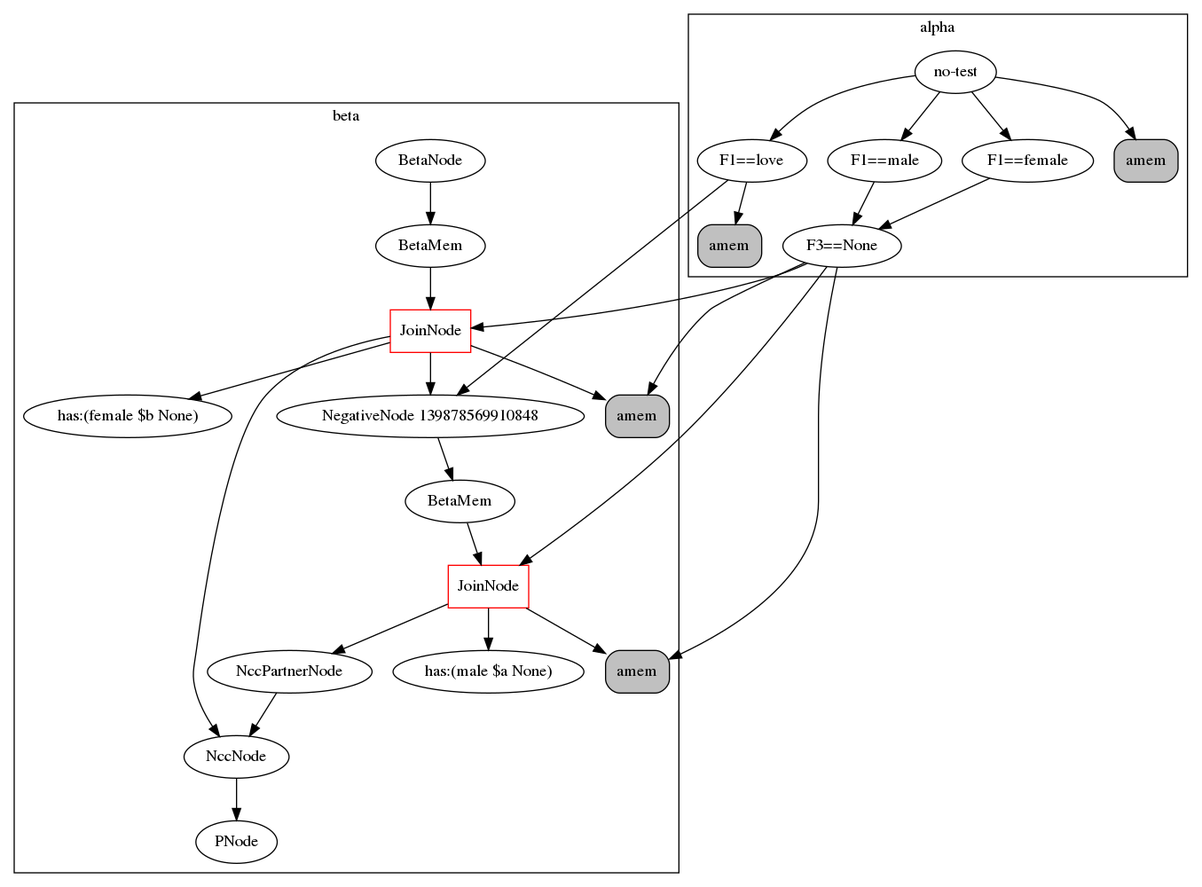
This is rete.png from Cybernetic1/GIRL, a Graphviz export, as it was before one commit. Its source is kept beside it as rete.dot.
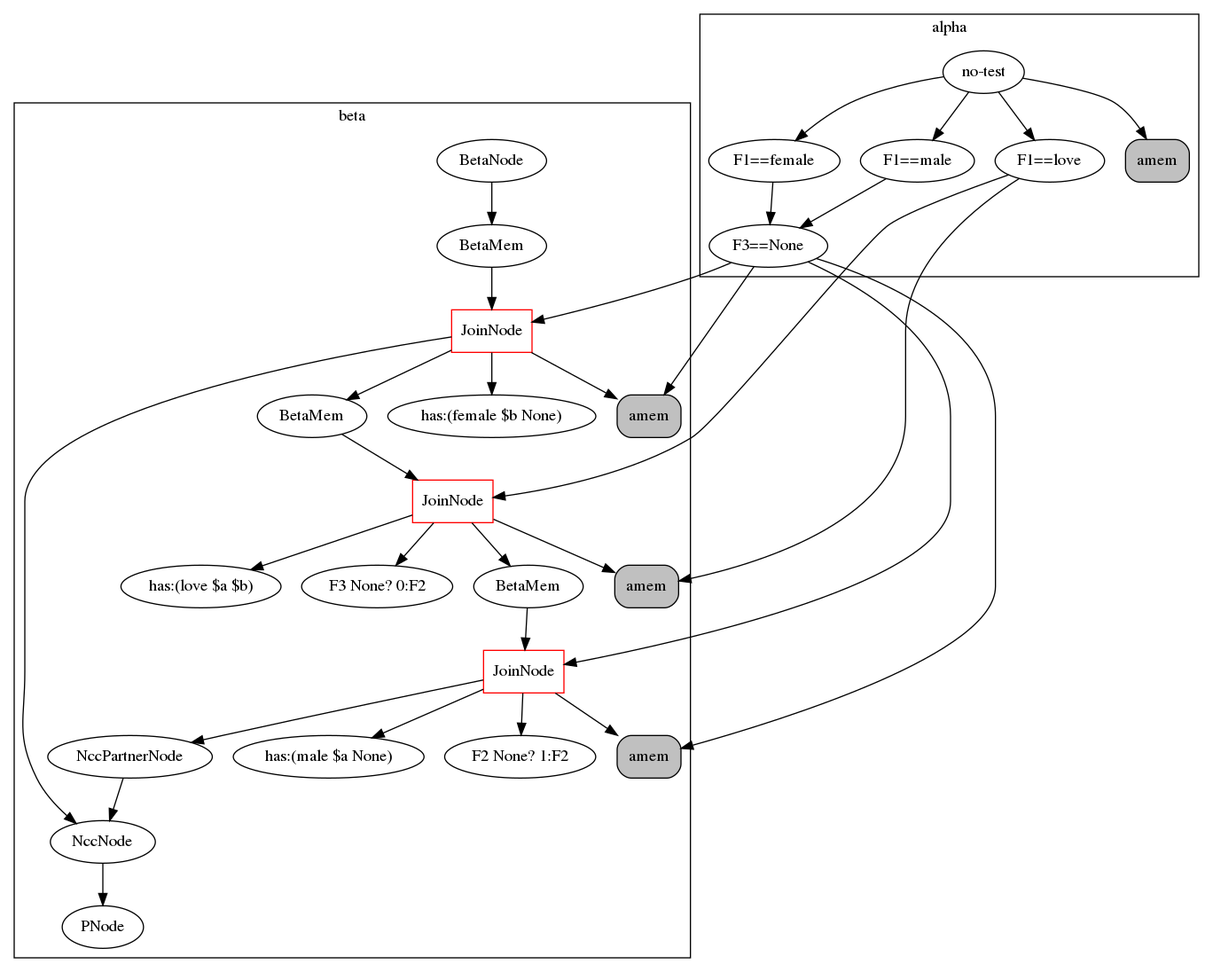
The same file after the commit.

Commit message:
can import rules into Rete

Diff of the diagram source:
```diff
@@ -1,45 +1,52 @@
 digraph {
 	subgraph cluster_1 {
 	label = beta
-	"BetaNode 139878569774888" [label="BetaNode"];
-	"BetaNode 139878569774888" -> "BetaMemory 139878569873360";
-	"BetaMemory 139878569873360" [label="BetaMem"];
-	"BetaMemory 139878569873360" -> "JoinNode 139878569910568";
-	"JoinNode 139878569910568" [shape=box, color=red, label="JoinNode"];
-	"JoinNode 139878569910568" -> "amem:<rete.alpha.AlphaMemory object at 0x7f380478a0f0>"
-	"JoinNode 139878569910568" -> "has:(female $b None)"
-	"JoinNode 139878569910568" -> "NegativeNode 139878569910848";
-	"NegativeNode 139878569910848" -> "BetaMemory 139878569910904";
-	"BetaMemory 139878569910904" [label="BetaMem"];
-	"BetaMemory 139878569910904" -> "JoinNode 139878569911128";
-	"JoinNode 139878569911128" [shape=box, color=red, label="JoinNode"];
-	"JoinNode 139878569911128" -> "amem:<rete.alpha.AlphaMemory object at 0x7f380478a320>"
-	"JoinNode 139878569911128" -> "has:(male $a None)"
-	"JoinNode 139878569911128" -> "<rete.ncc_node.NccPartnerNode object at 0x7f380478a390>";
-	"<rete.ncc_node.NccPartnerNode object at 0x7f380478a390>" [label="NccPartnerNode"];
-	"<rete.ncc_node.NccPartnerNode object at 0x7f380478a390>" -> "<rete.ncc_node.NccNode object at 0x7f380478a160>";
-	"JoinNode 139878569910568" -> "<rete.ncc_node.NccNode object at 0x7f380478a160>";
-	"<rete.ncc_node.NccNode object at 0x7f380478a160>" [label="NccNode"];
-	"<rete.ncc_node.NccNode object at 0x7f380478a160>" -> "PNode 139878569873304";
-	"PNode 139878569873304" [label="PNode"];
+	"BetaNode 140499829133096" [label="BetaNode"];
+	"BetaNode 140499829133096" -> "BetaMemory 140499829231568";
+	"BetaMemory 140499829231568" [label="BetaMem"];
+	"BetaMemory 140499829231568" -> "JoinNode 140499829268776";
+	"JoinNode 140499829268776" [shape=box, color=red, label="JoinNode"];
+	"JoinNode 140499829268776" -> "amem:<rete.alpha.AlphaMemory object at 0x7fc8aa6a20f0>"
+	"JoinNode 140499829268776" -> "has:(female $b None)"
+	"JoinNode 140499829268776" -> "BetaMemory 140499829268888";
+	"BetaMemory 140499829268888" [label="BetaMem"];
+	"BetaMemory 140499829268888" -> "JoinNode 140499829269112";
+	"JoinNode 140499829269112" [shape=box, color=red, label="JoinNode"];
+	"JoinNode 140499829269112" -> "amem:<rete.alpha.AlphaMemory object at 0x7fc8aa6a2208>"
+	"JoinNode 140499829269112" -> "has:(love $a $b)"
+	"JoinNode 140499829269112" -> "F3 None? 0:F2"
+	"JoinNode 140499829269112" -> "BetaMemory 140499829269168";
+	"BetaMemory 140499829269168" [label="BetaMem"];
+	"BetaMemory 140499829269168" -> "JoinNode 140499829269448";
+	"JoinNode 140499829269448" [shape=box, color=red, label="JoinNode"];
+	"JoinNode 140499829269448" -> "amem:<rete.alpha.AlphaMemory object at 0x7fc8aa6a2390>"
+	"JoinNode 140499829269448" -> "has:(male $a None)"
+	"JoinNode 140499829269448" -> "F2 None? 1:F2"
+	"JoinNode 140499829269448" -> "<rete.ncc_node.NccPartnerNode object at 0x7fc8aa6a2400>";
+	"<rete.ncc_node.NccPartnerNode object at 0x7fc8aa6a2400>" [label="NccPartnerNode"];
+	"<rete.ncc_node.NccPartnerNode object at 0x7fc8aa6a2400>" -> "<rete.ncc_node.NccNode object at 0x7fc8aa6a2160>";
+	"JoinNode 140499829268776" -> "<rete.ncc_node.NccNode object at 0x7fc8aa6a2160>";
+	"<rete.ncc_node.NccNode object at 0x7fc8aa6a2160>" [label="NccNode"];
+	"<rete.ncc_node.NccNode object at 0x7fc8aa6a2160>" -> "PNode 140499829231512";
+	"PNode 140499829231512" [label="PNode"];
 	}
 	subgraph cluster_0 {
 	label = alpha
 	"no-test" -> "F1==female";
 	"F1==female" -> "F3==None";
-	"F3==None" -> "amem:<rete.alpha.AlphaMemory object at 0x7f380478a0f0>";
-	"amem:<rete.alpha.AlphaMemory object at 0x7f380478a0f0>" [shape=box, style="rounded,filled", label="amem", fillcolor=gray];
+	"F3==None" -> "amem:<rete.alpha.AlphaMemory object at 0x7fc8aa6a20f0>";
+	"amem:<rete.alpha.AlphaMemory object at 0x7fc8aa6a20f0>" [shape=box, style="rounded,filled", label="amem", fillcolor=gray];
 	"no-test" -> "F1==love";
-	"F1==love" -> "amem:<rete.alpha.AlphaMemory object at 0x7f380478a1d0>";
-	"amem:<rete.alpha.AlphaMemory object at 0x7f380478a1d0>" [shape=box, style="rounded,filled", label="amem", fillcolor=gray];
+	"F1==love" -> "amem:<rete.alpha.AlphaMemory object at 0x7fc8aa6a2208>";
+	"amem:<rete.alpha.AlphaMemory object at 0x7fc8aa6a2208>" [shape=box, style="rounded,filled", label="amem", fillcolor=gray];
 	"no-test" -> "F1==male";
 	"F1==male" -> "F3==None";
-	"F3==None" -> "amem:<rete.alpha.AlphaMemory object at 0x7f380478a320>";
-	"amem:<rete.alpha.AlphaMemory object at 0x7f380478a320>" [shape=box, style="rounded,filled", label="amem", fillcolor=gray];
-	"no-test" -> "amem:<rete.alpha.AlphaMemory object at 0x7f3804768e48>";
-	"amem:<rete.alpha.AlphaMemory object at 0x7f3804768e48>" [shape=box, style="rounded,filled", label="amem", fillcolor=gray];
+	"F3==None" -> "amem:<rete.alpha.AlphaMemory object at 0x7fc8aa6a2390>";
+	"amem:<rete.alpha.AlphaMemory object at 0x7fc8aa6a2390>" [shape=box, style="rounded,filled", label="amem", fillcolor=gray];
+	"no-test" -> "amem:<rete.alpha.AlphaMemory object at 0x7fc8aa680e48>";
+	"amem:<rete.alpha.AlphaMemory object at 0x7fc8aa680e48>" [shape=box, style="rounded,filled", label="amem", fillcolor=gray];
 	}
-	"F3==None" -> "JoinNode 139878569910568";
-	"F1==love" -> "NegativeNode 139878569910848";
-	"F3==None" -> "JoinNode 139878569911128";
+	"F3==None" -> "JoinNode 140499829268776";
+	"F1==love" -> "JoinNode 140499829269112";
+	"F3==None" -> "JoinNode 140499829269448";
 }
```
